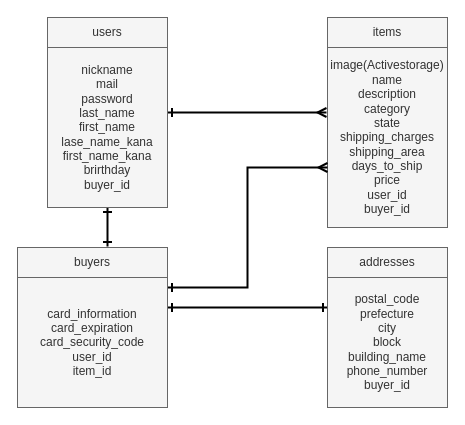
hakase2150/furima-31937 keeps this draw.io diagram as er.dio. Above is the earlier version. Source tidied: cells renumbered, new cells numbered last; positions are measured from the earlier drawing's top-left corner, leaving out a move shared by most shapes. Both pictures are drawn from the tidied source at 100%, with x=0, y=0 at pixel (17, 17).
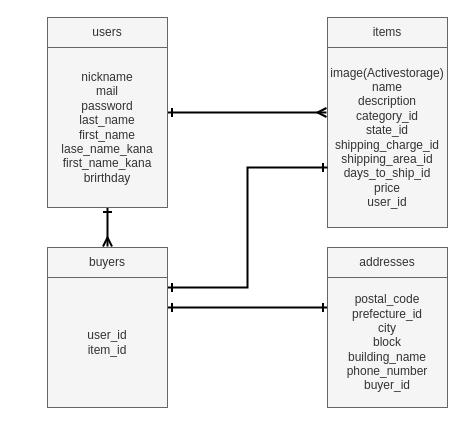
After the change.

Commit message (it also covers changes not shown here):
データベース設計の再修正

Change to the diagram source:
```diff
@@
-    <mxCell id="5" style="edgeStyle=orthogonalEdgeStyle;rounded=0;jettySize=auto;html=1;exitX=0.5;exitY=1;exitDx=0;exitDy=0;entryX=0.6;entryY=-0.033;entryDx=0;entryDy=0;entryPerimeter=0;startArrow=ERone;startFill=0;endArrow=ERone;endFill=0;strokeWidth=2;" parent="1" edge="1" source="6" target="10">
-      <mxGeometry relative="1" as="geometry" />
+    <mxCell id="5" style="edgeStyle=orthogonalEdgeStyle;rounded=0;jettySize=auto;html=1;exitX=0.5;exitY=1;exitDx=0;exitDy=0;startArrow=ERone;startFill=0;endArrow=ERmany;endFill=0;strokeWidth=2;" parent="1" edge="1" source="6">
+      <mxGeometry relative="1" as="geometry">
+        <mxPoint x="90" y="229" as="targetPoint" />
+        <Array as="points">
+          <mxPoint x="90" y="229" />
+        </Array>
+      </mxGeometry>
     </mxCell>
-    <mxCell id="6" value="nickname&lt;br&gt;mail&lt;br&gt;password&lt;br&gt;last_name&lt;br&gt;first_name&lt;br&gt;lase_name_kana&lt;br&gt;first_name_kana&lt;br&gt;brirthday&lt;br&gt;buyer_id" style="whiteSpace=wrap;html=1;fillColor=#f5f5f5;strokeColor=#666666;fontColor=#333333;" parent="1" vertex="1">
+    <mxCell id="6" value="nickname&lt;br&gt;mail&lt;br&gt;password&lt;br&gt;last_name&lt;br&gt;first_name&lt;br&gt;lase_name_kana&lt;br&gt;first_name_kana&lt;br&gt;brirthday" style="whiteSpace=wrap;html=1;fillColor=#f5f5f5;strokeColor=#666666;fontColor=#333333;" parent="1" vertex="1">
       <mxGeometry x="30" y="30" width="120" height="160" as="geometry" />
     </mxCell>
-    <mxCell id="7" value="image(Activestorage)&lt;br&gt;name&lt;br&gt;description&lt;br&gt;category&lt;br&gt;state&lt;br&gt;shipping_charges&lt;br&gt;shipping_area&lt;br&gt;days_to_ship&lt;br&gt;price&lt;br&gt;user_id&lt;br&gt;buyer_id" style="whiteSpace=wrap;html=1;fillColor=#f5f5f5;strokeColor=#666666;fontColor=#333333;" parent="1" vertex="1">
+    <mxCell id="7" value="image(Activestorage)&lt;br&gt;name&lt;br&gt;description&lt;br&gt;category_id&lt;br&gt;state_id&lt;br&gt;shipping_charge_id&lt;br&gt;shipping_area_id&lt;br&gt;days_to_ship_id&lt;br&gt;price&lt;br&gt;user_id" style="whiteSpace=wrap;html=1;fillColor=#f5f5f5;strokeColor=#666666;fontColor=#333333;" parent="1" vertex="1">
       <mxGeometry x="310" y="30" width="120" height="180" as="geometry" />
     </mxCell>
-    <mxCell id="8" style="edgeStyle=orthogonalEdgeStyle;rounded=0;orthogonalLoop=1;jettySize=auto;html=1;startArrow=ERone;startFill=0;endArrow=ERmany;endFill=0;strokeWidth=2;" parent="1" edge="1">
+    <mxCell id="8" style="edgeStyle=orthogonalEdgeStyle;rounded=0;orthogonalLoop=1;jettySize=auto;html=1;startArrow=ERone;startFill=0;endArrow=ERone;endFill=0;strokeWidth=2;" parent="1" edge="1">
       <mxGeometry relative="1" as="geometry">
         <mxPoint x="150" y="270" as="sourcePoint" />
         <mxPoint x="310" y="150" as="targetPoint" />
         <Array as="points">
           <mxPoint x="230" y="270" />
           <mxPoint x="230" y="150" />
           <mxPoint x="310" y="150" />
         </Array>
       </mxGeometry>
     </mxCell>
@@
     <mxCell id="10" value="buyers" style="whiteSpace=wrap;html=1;fillColor=#f5f5f5;strokeColor=#666666;fontColor=#333333;" parent="1" vertex="1">
-      <mxGeometry y="230" width="150" height="30" as="geometry" />
+      <mxGeometry x="30" y="230" width="120" height="30" as="geometry" />
     </mxCell>
@@
-    <mxCell id="12" value="postal_code&lt;br&gt;prefecture&lt;br&gt;city&lt;br&gt;block&lt;br&gt;building_name&lt;br&gt;phone_number&lt;br&gt;buyer_id" style="whiteSpace=wrap;html=1;fillColor=#f5f5f5;strokeColor=#666666;fontColor=#333333;" parent="1" vertex="1">
+    <mxCell id="12" value="postal_code&lt;br&gt;prefecture_id&lt;br&gt;city&lt;br&gt;block&lt;br&gt;building_name&lt;br&gt;phone_number&lt;br&gt;buyer_id" style="whiteSpace=wrap;html=1;fillColor=#f5f5f5;strokeColor=#666666;fontColor=#333333;" parent="1" vertex="1">
       <mxGeometry x="310" y="260" width="120" height="130" as="geometry" />
     </mxCell>
-    <mxCell id="13" value="card_information&lt;br&gt;card_expiration&lt;br&gt;card_security_code&lt;br&gt;user_id&lt;br&gt;item_id" style="whiteSpace=wrap;html=1;fillColor=#f5f5f5;strokeColor=#666666;fontColor=#333333;" parent="1" vertex="1">
-      <mxGeometry y="260" width="150" height="130" as="geometry" />
+    <mxCell id="13" value="user_id&lt;br&gt;item_id" style="whiteSpace=wrap;html=1;fillColor=#f5f5f5;strokeColor=#666666;fontColor=#333333;" parent="1" vertex="1">
+      <mxGeometry x="30" y="260" width="120" height="130" as="geometry" />
     </mxCell>
```
